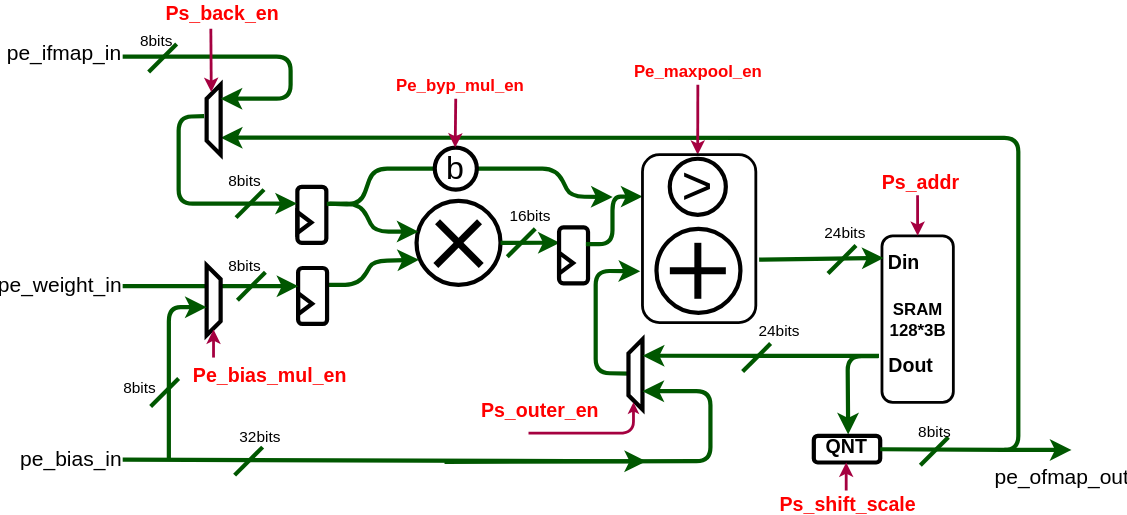
lycfly/EasyNPU keeps this draw.io diagram as docs/images/PE.drawio.svg. Above is the earlier version. Source tidied: cells renumbered, new cells last; positions are measured from the earlier drawing's top-left corner, leaving out a move shared by most shapes.
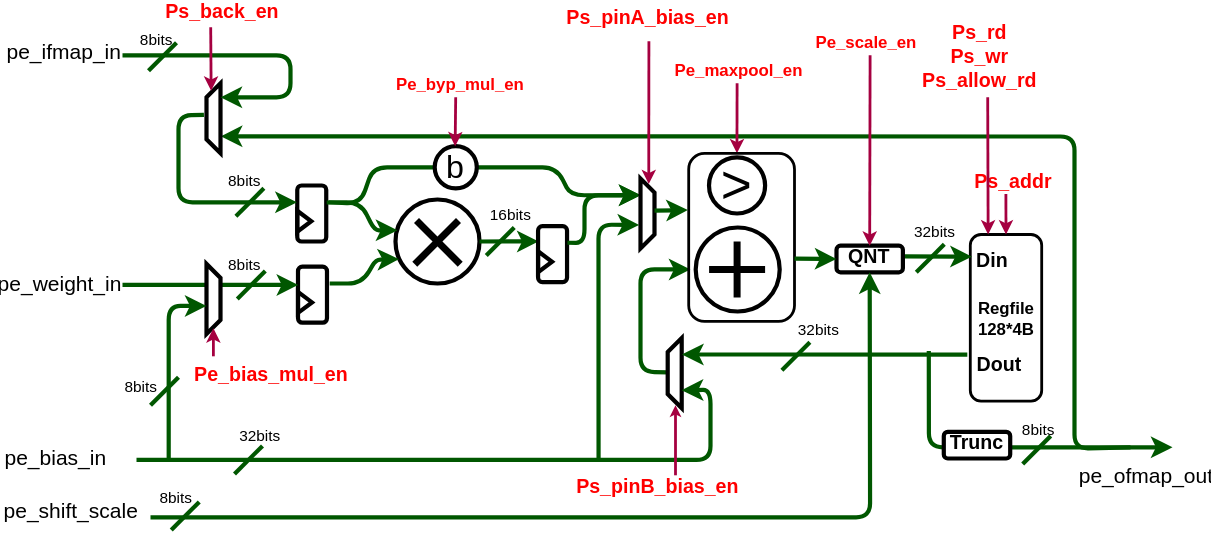
Later version of the same file.

What changed in the source:
```diff
@@ -20,3 +20,3 @@
     <mxCell id="7" style="group;strokeWidth=3;" parent="6" vertex="1">
-      <mxGeometry x="40" width="60" height="60" as="geometry" />
+      <mxGeometry x="25" width="60" height="60" as="geometry" />
     </mxCell>
@@ -38,3 +38,3 @@
     <mxCell id="11" style="group;strokeWidth=3;rotation=90;direction=south;" parent="6" vertex="1">
-      <mxGeometry x="220" y="20" width="60" height="60" as="geometry" />
+      <mxGeometry x="248" y="20" width="60" height="60" as="geometry" />
     </mxCell>
@@ -65,3 +65,3 @@
     <mxCell id="18" style="group;" parent="6" vertex="1">
-      <mxGeometry x="138" y="24" width="23" height="30" as="geometry" />
+      <mxGeometry x="123" y="24" width="23" height="30" as="geometry" />
     </mxCell>
@@ -78,4 +78,4 @@
       <mxGeometry relative="1" as="geometry">
-        <mxPoint x="104.8" y="40" as="sourcePoint" />
-        <mxPoint x="124.8" y="20" as="targetPoint" />
+        <mxPoint x="89.8" y="40" as="sourcePoint" />
+        <mxPoint x="109.8" y="20" as="targetPoint" />
       </mxGeometry>
@@ -83,3 +83,3 @@
     <mxCell id="23" value="16bits" style="edgeLabel;html=1;align=center;verticalAlign=middle;fontColor=#000000;labelBackgroundColor=none;" parent="6" vertex="1">
-      <mxGeometry x="114" y="10" as="geometry">
+      <mxGeometry x="99" y="10" as="geometry">
         <mxPoint x="7" as="offset" />
@@ -95,9 +95,8 @@
     </mxCell>
-    <mxCell id="25" style="edgeStyle=none;html=1;exitX=1;exitY=0.5;exitDx=0;exitDy=0;entryX=0.046;entryY=0.718;entryDx=0;entryDy=0;entryPerimeter=0;fontColor=#33FF33;fillColor=#008a00;strokeColor=#005700;strokeWidth=3;" parent="1" edge="1">
+    <mxCell id="25" style="edgeStyle=none;html=1;exitX=1;exitY=0.5;exitDx=0;exitDy=0;fontColor=#33FF33;fillColor=#008a00;strokeColor=#005700;strokeWidth=3;entryX=0.043;entryY=0.71;entryDx=0;entryDy=0;entryPerimeter=0;" parent="1" edge="1" target="8">
       <mxGeometry relative="1" as="geometry">
-        <mxPoint x="192" y="183" as="sourcePoint" />
-        <mxPoint x="257.8" y="165.1" as="targetPoint" />
+        <mxPoint x="194" y="183" as="sourcePoint" />
         <Array as="points">
-          <mxPoint x="215" y="183" />
-          <mxPoint x="225" y="166" />
+          <mxPoint x="217" y="183" />
+          <mxPoint x="227" y="166" />
         </Array>
@@ -117,8 +116,7 @@
     </mxCell>
-    <mxCell id="30" style="endArrow=classic;html=1;fontSize=16;fontColor=#000000;strokeColor=#005700;strokeWidth=3;exitX=1;exitY=0.5;exitDx=0;exitDy=0;fillColor=#008a00;entryX=0;entryY=0.25;entryDx=0;entryDy=0;" parent="1" edge="1" target="79">
+    <mxCell id="30" style="endArrow=classic;html=1;fontSize=16;fontColor=#000000;strokeColor=#005700;strokeWidth=3;exitX=1.013;exitY=0.297;exitDx=0;exitDy=0;fillColor=#008a00;entryX=1;entryY=0.76;entryDx=0;entryDy=0;entryPerimeter=0;exitPerimeter=0;" parent="1" edge="1" source="20" target="102">
       <mxGeometry relative="1" as="geometry">
-        <mxPoint x="377" y="154" as="sourcePoint" />
         <Array as="points">
-          <mxPoint x="396" y="154" />
-          <mxPoint x="396" y="120" />
+          <mxPoint x="376" y="154" />
+          <mxPoint x="376" y="120" />
         </Array>
@@ -163,6 +161,6 @@
     </mxCell>
-    <mxCell id="37" value="&lt;div&gt;SRAM&lt;/div&gt;&lt;div&gt;128*3B&lt;br&gt;&lt;/div&gt;" style="rounded=1;whiteSpace=wrap;html=1;labelBackgroundColor=none;fontColor=#000000;fillColor=none;strokeColor=#000000;strokeWidth=2;fontSize=12;fontStyle=1;" parent="1" vertex="1">
-      <mxGeometry x="588.6" y="148" width="51" height="119" as="geometry" />
+    <mxCell id="37" value="&lt;div&gt;Regfile&lt;/div&gt;&lt;div&gt;128*4B&lt;br&gt;&lt;/div&gt;" style="rounded=1;whiteSpace=wrap;html=1;labelBackgroundColor=none;fontColor=#000000;fillColor=none;strokeColor=#000000;strokeWidth=2;fontSize=12;fontStyle=1;" parent="1" vertex="1">
+      <mxGeometry x="651.6" y="148" width="51" height="119" as="geometry" />
     </mxCell>
-    <mxCell id="38" style="endArrow=classic;html=1;fontSize=16;fontColor=#000000;strokeColor=#005700;strokeWidth=3;exitX=1.029;exitY=0.625;exitDx=0;exitDy=0;fillColor=#008a00;entryX=0.022;entryY=0.133;entryDx=0;entryDy=0;entryPerimeter=0;exitPerimeter=0;" parent="1" edge="1" source="79" target="37">
+    <mxCell id="38" style="endArrow=classic;html=1;fontSize=16;fontColor=#000000;strokeColor=#005700;strokeWidth=3;fillColor=#008a00;entryX=0.022;entryY=0.133;entryDx=0;entryDy=0;entryPerimeter=0;exitX=1.018;exitY=0.4;exitDx=0;exitDy=0;exitPerimeter=0;" parent="1" edge="1" source="60" target="37">
       <mxGeometry relative="1" as="geometry" />
@@ -171,3 +169,3 @@
       <mxGeometry relative="1" as="geometry">
-        <mxPoint x="614" y="119" as="sourcePoint" />
+        <mxPoint x="677" y="119" as="sourcePoint" />
       </mxGeometry>
@@ -175,3 +173,3 @@
     <mxCell id="40" value="Ps_addr" style="edgeLabel;html=1;align=center;verticalAlign=middle;fontColor=#FF0000;labelBackgroundColor=none;fontSize=14;fontStyle=1;" parent="1" vertex="1">
-      <mxGeometry x="625.1" y="109" as="geometry">
+      <mxGeometry x="691.1" y="109" as="geometry">
         <mxPoint x="-10" as="offset" />
@@ -180,3 +178,3 @@
     <mxCell id="41" value="Din" style="edgeLabel;html=1;align=center;verticalAlign=middle;fontColor=#000000;labelBackgroundColor=none;fontSize=14;fontStyle=1;" parent="1" vertex="1">
-      <mxGeometry x="613.1" y="166" as="geometry">
+      <mxGeometry x="676.1" y="166" as="geometry">
         <mxPoint x="-10" as="offset" />
@@ -185,3 +183,3 @@
     <mxCell id="42" value="Dout" style="edgeLabel;html=1;align=center;verticalAlign=middle;fontColor=#000000;labelBackgroundColor=none;fontSize=14;fontStyle=1;" parent="1" vertex="1">
-      <mxGeometry x="617.1" y="246" as="geometry">
+      <mxGeometry x="680.1" y="246" as="geometry">
         <mxPoint x="-9" y="-6" as="offset" />
@@ -189,7 +187,7 @@
     </mxCell>
-    <mxCell id="43" style="endArrow=classic;html=1;fontSize=16;fontColor=#000000;strokeColor=#005700;strokeWidth=3;fillColor=#008a00;exitX=0.057;exitY=0.49;exitDx=0;exitDy=0;exitPerimeter=0;entryX=-0.02;entryY=0.695;entryDx=0;entryDy=0;entryPerimeter=0;" parent="1" edge="1" source="50" target="79">
+    <mxCell id="43" style="endArrow=classic;html=1;fontSize=16;fontColor=#000000;strokeColor=#005700;strokeWidth=3;fillColor=#008a00;exitX=0.057;exitY=0.49;exitDx=0;exitDy=0;exitPerimeter=0;entryX=0.017;entryY=0.691;entryDx=0;entryDy=0;entryPerimeter=0;" parent="1" edge="1" source="50" target="79">
       <mxGeometry relative="1" as="geometry">
         <Array as="points">
-          <mxPoint x="384" y="246" />
-          <mxPoint x="384" y="173" />
+          <mxPoint x="416" y="246" />
+          <mxPoint x="416" y="173" />
         </Array>
@@ -198,3 +196,3 @@
     <mxCell id="44" style="group;" parent="1" vertex="1">
-      <mxGeometry x="489" y="215" width="25.2" height="30" as="geometry" />
+      <mxGeometry x="517" y="215" width="25.2" height="30" as="geometry" />
     </mxCell>
@@ -206,3 +204,3 @@
     </mxCell>
-    <mxCell id="46" value="24bits" style="edgeLabel;html=1;align=center;verticalAlign=middle;fontColor=#000000;labelBackgroundColor=none;" parent="44" vertex="1">
+    <mxCell id="46" value="32bits" style="edgeLabel;html=1;align=center;verticalAlign=middle;fontColor=#000000;labelBackgroundColor=none;" parent="44" vertex="1">
       <mxGeometry x="18.2" as="geometry">
@@ -212,3 +210,3 @@
     <mxCell id="47" style="group;" parent="1" vertex="1">
-      <mxGeometry x="550" y="145" width="25.2" height="30" as="geometry" />
+      <mxGeometry x="613" y="145" width="25.2" height="30" as="geometry" />
     </mxCell>
@@ -220,3 +218,3 @@
     </mxCell>
-    <mxCell id="49" value="24bits" style="edgeLabel;html=1;align=center;verticalAlign=middle;fontColor=#000000;labelBackgroundColor=none;" parent="47" vertex="1">
+    <mxCell id="49" value="32bits" style="edgeLabel;html=1;align=center;verticalAlign=middle;fontColor=#000000;labelBackgroundColor=none;" parent="47" vertex="1">
       <mxGeometry x="5" as="geometry">
@@ -226,3 +224,3 @@
     <mxCell id="50" style="shadow=0;dashed=0;align=center;html=1;strokeWidth=3;shape=mxgraph.rtl.abstract.entity;kind=demux;drawPins=0;left=1;right=4;bottom=0;fillColor=#FFFFFF;strokeColor=#000000;rotation=0;fontSize=14;" parent="1" vertex="1">
-      <mxGeometry x="407.4" y="222" width="10" height="50" as="geometry" />
+      <mxGeometry x="435.4" y="222" width="10" height="50" as="geometry" />
     </mxCell>
@@ -230,9 +228,8 @@
       <mxGeometry relative="1" as="geometry">
-        <mxPoint x="417.6" y="233.7" as="targetPoint" />
+        <mxPoint x="445.6" y="233.7" as="targetPoint" />
       </mxGeometry>
     </mxCell>
-    <mxCell id="52" style="endArrow=classic;html=1;fontSize=16;fontColor=#000000;strokeColor=#005700;strokeWidth=3;fillColor=#008a00;entryX=1.021;entryY=0.154;entryDx=0;entryDy=0;entryPerimeter=0;exitX=1;exitY=0.5;exitDx=0;exitDy=0;" parent="1" edge="1">
+    <mxCell id="52" style="endArrow=classic;html=1;fontSize=16;fontColor=#000000;strokeColor=#005700;strokeWidth=3;fillColor=#008a00;entryX=0.997;entryY=0.744;entryDx=0;entryDy=0;entryPerimeter=0;" parent="1" edge="1" target="50">
       <mxGeometry relative="1" as="geometry">
-        <mxPoint x="276" y="309.5" as="sourcePoint" />
-        <mxPoint x="417.4" y="259" as="targetPoint" />
+        <mxPoint x="56" y="309" as="sourcePoint" />
         <Array as="points">
@@ -245,6 +242,6 @@
       <mxGeometry relative="1" as="geometry">
-        <mxPoint x="336" y="289" as="sourcePoint" />
-        <mxPoint x="411" y="267" as="targetPoint" />
+        <mxPoint x="441" y="320" as="sourcePoint" />
+        <mxPoint x="441" y="270" as="targetPoint" />
         <Array as="points">
-          <mxPoint x="411" y="289" />
+          <mxPoint x="441" y="292" />
         </Array>
@@ -252,5 +249,5 @@
     </mxCell>
-    <mxCell id="54" value="Ps_outer_en" style="edgeLabel;html=1;align=center;verticalAlign=middle;fontColor=#FF0000;labelBackgroundColor=none;fontSize=14;fontStyle=1;" parent="1" vertex="1">
-      <mxGeometry x="354" y="272" as="geometry">
-        <mxPoint x="-10" as="offset" />
+    <mxCell id="54" value="Ps_pinB_bias_en" style="edgeLabel;html=1;align=center;verticalAlign=middle;fontColor=#FF0000;labelBackgroundColor=none;fontSize=14;fontStyle=1;" parent="1" vertex="1">
+      <mxGeometry x="428.4" y="335" as="geometry">
+        <mxPoint x="-1" y="-8" as="offset" />
       </mxGeometry>
@@ -271,24 +268,11 @@
     </mxCell>
-    <mxCell id="58" style="endArrow=classic;html=1;fontSize=16;fontColor=#000000;strokeColor=#005700;strokeWidth=3;fillColor=#008a00;" parent="1" edge="1" target="52">
-      <mxGeometry relative="1" as="geometry">
-        <mxPoint x="46" y="308" as="sourcePoint" />
-      </mxGeometry>
-    </mxCell>
-    <mxCell id="59" style="endArrow=classic;html=1;fontSize=16;fontColor=#000000;strokeColor=#005700;strokeWidth=3;fillColor=#008a00;" parent="1" edge="1">
-      <mxGeometry relative="1" as="geometry">
-        <mxPoint x="586" y="234" as="sourcePoint" />
-        <mxPoint x="564.4" y="290" as="targetPoint" />
-        <Array as="points">
-          <mxPoint x="564" y="234" />
-        </Array>
-      </mxGeometry>
-    </mxCell>
     <mxCell id="60" value="QNT" style="rounded=1;whiteSpace=wrap;html=1;fillColor=none;strokeColor=#000000;strokeWidth=3;fontColor=#000000;fontSize=14;fontStyle=1;verticalAlign=bottom;" parent="1" vertex="1">
-      <mxGeometry x="539.9" y="291" width="47.4" height="19" as="geometry" />
+      <mxGeometry x="556" y="156" width="47.4" height="19" as="geometry" />
     </mxCell>
-    <mxCell id="61" style="endArrow=classic;html=1;fontSize=16;fontColor=#000000;strokeColor=#005700;strokeWidth=3;exitX=1;exitY=0.5;exitDx=0;exitDy=0;fillColor=#008a00;entryX=1.018;entryY=0.758;entryDx=0;entryDy=0;entryPerimeter=0;" parent="1" edge="1" source="60" target="65">
+    <mxCell id="61" style="endArrow=classic;html=1;fontSize=16;fontColor=#000000;strokeColor=#005700;strokeWidth=3;fillColor=#008a00;entryX=1.018;entryY=0.758;entryDx=0;entryDy=0;entryPerimeter=0;" parent="1" edge="1" target="65">
       <mxGeometry relative="1" as="geometry">
+        <mxPoint x="766" y="300" as="sourcePoint" />
         <Array as="points">
-          <mxPoint x="686" y="301" />
-          <mxPoint x="686" y="78" />
+          <mxPoint x="726" y="301" />
+          <mxPoint x="726" y="78" />
         </Array>
@@ -297,3 +281,3 @@
     <mxCell id="62" style="group;rotation=90;" parent="1" vertex="1">
-      <mxGeometry x="616" y="282" width="25.2" height="30" as="geometry" />
+      <mxGeometry x="689" y="282" width="25.2" height="30" as="geometry" />
     </mxCell>
@@ -333,13 +317,7 @@
     </mxCell>
-    <mxCell id="69" style="endArrow=classic;html=1;fontSize=16;fontColor=#000000;strokeColor=#A50040;strokeWidth=2;fillColor=#d80073;endSize=4;" parent="1" edge="1">
+    <mxCell id="69" style="endArrow=classic;html=1;fontSize=16;fontColor=#000000;strokeColor=#A50040;strokeWidth=2;fillColor=#d80073;endSize=4;entryX=0.5;entryY=0;entryDx=0;entryDy=0;" parent="1" edge="1" target="60">
       <mxGeometry relative="1" as="geometry">
-        <mxPoint x="563" y="330" as="sourcePoint" />
-        <mxPoint x="563" y="310" as="targetPoint" />
+        <mxPoint x="580" y="20" as="sourcePoint" />
       </mxGeometry>
     </mxCell>
-    <mxCell id="70" value="Ps_shift_scale" style="edgeLabel;html=1;align=center;verticalAlign=middle;fontColor=#FF0000;labelBackgroundColor=none;fontSize=14;fontStyle=1;" parent="1" vertex="1">
-      <mxGeometry x="572" y="344" as="geometry">
-        <mxPoint x="-8" y="-5" as="offset" />
-      </mxGeometry>
-    </mxCell>
     <mxCell id="71" style="endArrow=classic;html=1;fontSize=16;fontColor=#000000;strokeColor=#A50040;strokeWidth=2;fillColor=#d80073;entryX=0.332;entryY=0.105;entryDx=0;entryDy=0;endSize=4;entryPerimeter=0;" parent="1" edge="1" target="65">
@@ -363,8 +341,10 @@
     <mxCell id="75" value="pe_bias_in" style="edgeLabel;html=1;align=center;verticalAlign=middle;fontColor=#000000;labelBackgroundColor=none;fontSize=15;" parent="1" vertex="1">
-      <mxGeometry x="8" y="306" as="geometry" />
+      <mxGeometry x="-3" y="306" as="geometry" />
     </mxCell>
-    <mxCell id="76" style="endArrow=classic;html=1;fontSize=16;fontColor=#000000;strokeColor=#005700;strokeWidth=3;fillColor=#008a00;" parent="1" edge="1">
+    <mxCell id="76" style="endArrow=classic;html=1;fontSize=16;fontColor=#000000;strokeColor=#005700;strokeWidth=3;fillColor=#008a00;exitX=0.865;exitY=-1.7;exitDx=0;exitDy=0;exitPerimeter=0;" parent="1" edge="1" source="51">
       <mxGeometry relative="1" as="geometry">
-        <mxPoint x="676" y="301" as="sourcePoint" />
-        <mxPoint x="724" y="301" as="targetPoint" />
+        <mxPoint x="796" y="300" as="targetPoint" />
+        <Array as="points">
+          <mxPoint x="622" y="300" />
+        </Array>
       </mxGeometry>
@@ -372,3 +352,3 @@
     <mxCell id="77" value="&lt;span style=&quot;background-color: transparent&quot;&gt;&lt;font style=&quot;font-size: 38px&quot; color=&quot;#000000&quot;&gt;&lt;font style=&quot;font-size: 38px&quot;&gt;&amp;gt;&lt;/font&gt;&lt;/font&gt;&lt;/span&gt;" style="ellipse;whiteSpace=wrap;html=1;strokeColor=#000000;fillColor=none;strokeWidth=3;rotation=0;" parent="1" vertex="1">
-      <mxGeometry x="436.9" y="92.9" width="40.1" height="40.1" as="geometry" />
+      <mxGeometry x="464.9" y="92.9" width="40.1" height="40.1" as="geometry" />
     </mxCell>
@@ -376,4 +356,4 @@
       <mxGeometry relative="1" as="geometry">
-        <mxPoint x="457" y="40" as="sourcePoint" />
-        <mxPoint x="456.9" y="90" as="targetPoint" />
+        <mxPoint x="485" y="40" as="sourcePoint" />
+        <mxPoint x="484.9" y="90" as="targetPoint" />
       </mxGeometry>
@@ -381,8 +361,8 @@
     <mxCell id="79" style="rounded=1;whiteSpace=wrap;html=1;labelBackgroundColor=none;fontColor=#000000;fillColor=none;strokeColor=#000000;strokeWidth=2;fontSize=12;fontStyle=1;" parent="1" vertex="1">
-      <mxGeometry x="417.4" y="90" width="81" height="120" as="geometry" />
+      <mxGeometry x="450.4" y="90" width="75.6" height="120" as="geometry" />
     </mxCell>
     <mxCell id="80" value="&lt;font style=&quot;font-size: 12px&quot;&gt;Pe_maxpool_en&lt;br style=&quot;font-size: 12px&quot;&gt;&lt;/font&gt;" style="edgeLabel;html=1;align=center;verticalAlign=middle;fontSize=12;fontColor=#FF0000;labelBackgroundColor=none;fontStyle=1;" parent="1" vertex="1">
-      <mxGeometry x="457" y="30" as="geometry" />
+      <mxGeometry x="485" y="30" as="geometry" />
     </mxCell>
-    <mxCell id="81" style="endArrow=classic;html=1;fontSize=16;fontColor=#000000;strokeColor=#005700;strokeWidth=3;exitX=0.027;exitY=-0.001;exitDx=0;exitDy=0;fillColor=#008a00;entryX=0.473;entryY=0.009;entryDx=0;entryDy=0;exitPerimeter=0;entryPerimeter=0;" parent="1" edge="1" source="24" target="30">
+    <mxCell id="81" style="endArrow=classic;html=1;fontSize=16;fontColor=#000000;strokeColor=#005700;strokeWidth=3;exitX=0.027;exitY=-0.001;exitDx=0;exitDy=0;fillColor=#008a00;entryX=1;entryY=0.763;entryDx=0;entryDy=0;exitPerimeter=0;entryPerimeter=0;" parent="1" edge="1" source="24" target="102">
       <mxGeometry relative="1" as="geometry">
@@ -449,4 +429,86 @@
     <mxCell id="92" value="pe_ofmap_out" style="edgeLabel;html=1;align=center;verticalAlign=middle;fontColor=#000000;labelBackgroundColor=none;fontSize=15;" parent="1" vertex="1">
-      <mxGeometry x="716" y="319" as="geometry" />
+      <mxGeometry x="776" y="319" as="geometry" />
     </mxCell>
+    <mxCell id="93" style="endArrow=classic;html=1;fontSize=16;fontColor=#000000;strokeColor=#A50040;strokeWidth=2;fillColor=#d80073;entryX=0.25;entryY=0;entryDx=0;entryDy=0;endSize=4;" parent="1" edge="1" target="37">
+      <mxGeometry relative="1" as="geometry">
+        <mxPoint x="664" y="50" as="sourcePoint" />
+      </mxGeometry>
+    </mxCell>
+    <mxCell id="94" value="&lt;div&gt;Ps_rd&lt;/div&gt;&lt;div&gt;Ps_wr&lt;br&gt;&lt;/div&gt;&lt;div&gt;Ps_allow_rd&lt;br&gt;&lt;/div&gt;" style="edgeLabel;html=1;align=center;verticalAlign=middle;fontColor=#FF0000;labelBackgroundColor=none;fontSize=14;fontStyle=1;rotation=0;" parent="1" vertex="1">
+      <mxGeometry x="666.1" y="30" as="geometry">
+        <mxPoint x="-9" y="-10" as="offset" />
+      </mxGeometry>
+    </mxCell>
+    <mxCell id="95" value="pe_shift_scale" style="edgeLabel;html=1;align=center;verticalAlign=middle;fontColor=#000000;labelBackgroundColor=none;fontSize=15;" parent="1" vertex="1">
+      <mxGeometry x="8" y="344" as="geometry" />
+    </mxCell>
+    <mxCell id="96" style="group;fillColor=none;" parent="1" vertex="1">
+      <mxGeometry x="121.6" y="344" width="40" height="25" as="geometry" />
+    </mxCell>
+    <mxCell id="97" style="group;fillColor=none;" parent="1" vertex="1">
+      <mxGeometry x="299.1" y="349.5" width="23" height="30" as="geometry" />
+    </mxCell>
+    <mxCell id="98" style="endArrow=classic;html=1;fontSize=16;fontColor=#000000;strokeColor=#005700;strokeWidth=3;fillColor=#008a00;entryX=0.5;entryY=1;entryDx=0;entryDy=0;" parent="1" edge="1" target="60">
+      <mxGeometry relative="1" as="geometry">
+        <mxPoint x="66" y="350" as="sourcePoint" />
+        <Array as="points">
+          <mxPoint x="496" y="350" />
+          <mxPoint x="580" y="350" />
+        </Array>
+      </mxGeometry>
+    </mxCell>
+    <mxCell id="99" style="group;rotation=90;" parent="1" vertex="1">
+      <mxGeometry x="80.8" y="329" width="25.2" height="30" as="geometry" />
+    </mxCell>
+    <mxCell id="100" style="endArrow=none;html=1;fontColor=#33FF33;strokeWidth=3;fillColor=#008a00;strokeColor=#005700;" parent="99" edge="1">
+      <mxGeometry relative="1" as="geometry">
+        <mxPoint y="30" as="sourcePoint" />
+        <mxPoint x="20" y="10" as="targetPoint" />
+      </mxGeometry>
+    </mxCell>
+    <mxCell id="101" value="8bits" style="edgeLabel;html=1;align=center;verticalAlign=middle;fontColor=#000000;labelBackgroundColor=none;" parent="99" vertex="1">
+      <mxGeometry x="-2.2" as="geometry">
+        <mxPoint x="5" y="6" as="offset" />
+      </mxGeometry>
+    </mxCell>
+    <mxCell id="102" style="shadow=0;dashed=0;align=center;html=1;strokeWidth=3;shape=mxgraph.rtl.abstract.entity;kind=demux;drawPins=0;left=1;right=4;bottom=0;fillColor=#FFFFFF;strokeColor=#000000;rotation=-180;fontSize=14;" parent="1" vertex="1">
+      <mxGeometry x="416" y="108" width="10" height="50" as="geometry" />
+    </mxCell>
+    <mxCell id="58" style="endArrow=classic;html=1;fontSize=16;fontColor=#000000;strokeColor=#005700;strokeWidth=3;fillColor=#008a00;entryX=1.094;entryY=0.337;entryDx=0;entryDy=0;entryPerimeter=0;exitX=0.805;exitY=0.987;exitDx=0;exitDy=0;exitPerimeter=0;" parent="1" edge="1" source="52" target="102">
+      <mxGeometry relative="1" as="geometry">
+        <Array as="points">
+          <mxPoint x="386" y="141" />
+        </Array>
+      </mxGeometry>
+    </mxCell>
+    <mxCell id="103" style="endArrow=classic;html=1;fontSize=16;fontColor=#000000;strokeColor=#005700;strokeWidth=3;fillColor=#008a00;entryX=-0.008;entryY=0.338;entryDx=0;entryDy=0;entryPerimeter=0;" parent="1" edge="1" target="79">
+      <mxGeometry relative="1" as="geometry">
+        <mxPoint x="426" y="131" as="sourcePoint" />
+        <Array as="points">
+          <mxPoint x="426" y="131" />
+        </Array>
+      </mxGeometry>
+    </mxCell>
+    <mxCell id="104" style="endArrow=classic;html=1;fontSize=16;fontColor=#000000;strokeColor=#A50040;strokeWidth=2;fillColor=#d80073;entryX=0.5;entryY=0;entryDx=0;entryDy=0;endSize=4;" parent="1" edge="1">
+      <mxGeometry relative="1" as="geometry">
+        <mxPoint x="422" y="10" as="sourcePoint" />
+        <mxPoint x="421.9" y="112" as="targetPoint" />
+      </mxGeometry>
+    </mxCell>
+    <mxCell id="105" value="Ps_pinA_bias_en" style="edgeLabel;html=1;align=center;verticalAlign=middle;fontColor=#FF0000;labelBackgroundColor=none;fontSize=14;fontStyle=1;" parent="1" vertex="1">
+      <mxGeometry x="421" as="geometry">
+        <mxPoint x="-1" y="-8" as="offset" />
+      </mxGeometry>
+    </mxCell>
+    <mxCell id="106" value="&lt;font style=&quot;font-size: 12px&quot;&gt;Pe_scale_en&lt;br style=&quot;font-size: 12px&quot;&gt;&lt;/font&gt;" style="edgeLabel;html=1;align=center;verticalAlign=middle;fontSize=12;fontColor=#FF0000;labelBackgroundColor=none;fontStyle=1;" parent="1" vertex="1">
+      <mxGeometry x="576" y="10" as="geometry" />
+    </mxCell>
+    <mxCell id="107" style="endArrow=classic;html=1;fontSize=16;fontColor=#000000;strokeColor=#005700;strokeWidth=3;fillColor=#008a00;exitX=1.018;exitY=0.4;exitDx=0;exitDy=0;exitPerimeter=0;entryX=0;entryY=0.5;entryDx=0;entryDy=0;" parent="1" edge="1" target="60">
+      <mxGeometry relative="1" as="geometry">
+        <mxPoint x="526" y="165.3" as="sourcePoint" />
+      </mxGeometry>
+    </mxCell>
+    <mxCell id="108" value="Trunc" style="rounded=1;whiteSpace=wrap;html=1;fillColor=#FFFFFF;strokeColor=#000000;strokeWidth=3;fontColor=#000000;fontSize=14;fontStyle=1;verticalAlign=bottom;" parent="1" vertex="1">
+      <mxGeometry x="632.6" y="289" width="47.4" height="19" as="geometry" />
+    </mxCell>
   </root>
```
